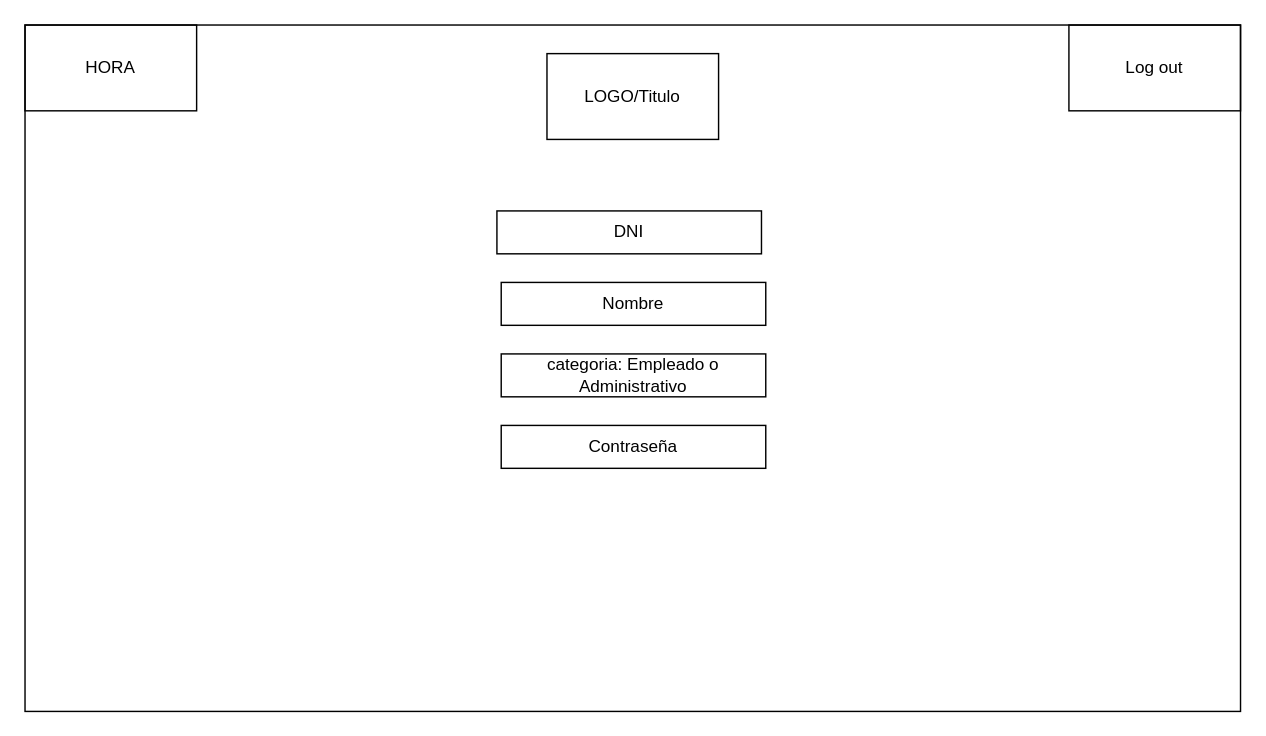
Earlier version of the draw.io diagram page "AddPersonal" (5 of 5) of docs/UI_UX.drawio (Universidad-Europea/PharmSquare). Source tidied: cells renumbered, new cells numbered last; positions are measured from the earlier drawing's top-left corner, leaving out a move shared by most shapes. Both pictures are drawn from the tidied source at 143%, with x=0, y=0 at pixel (24, 24).
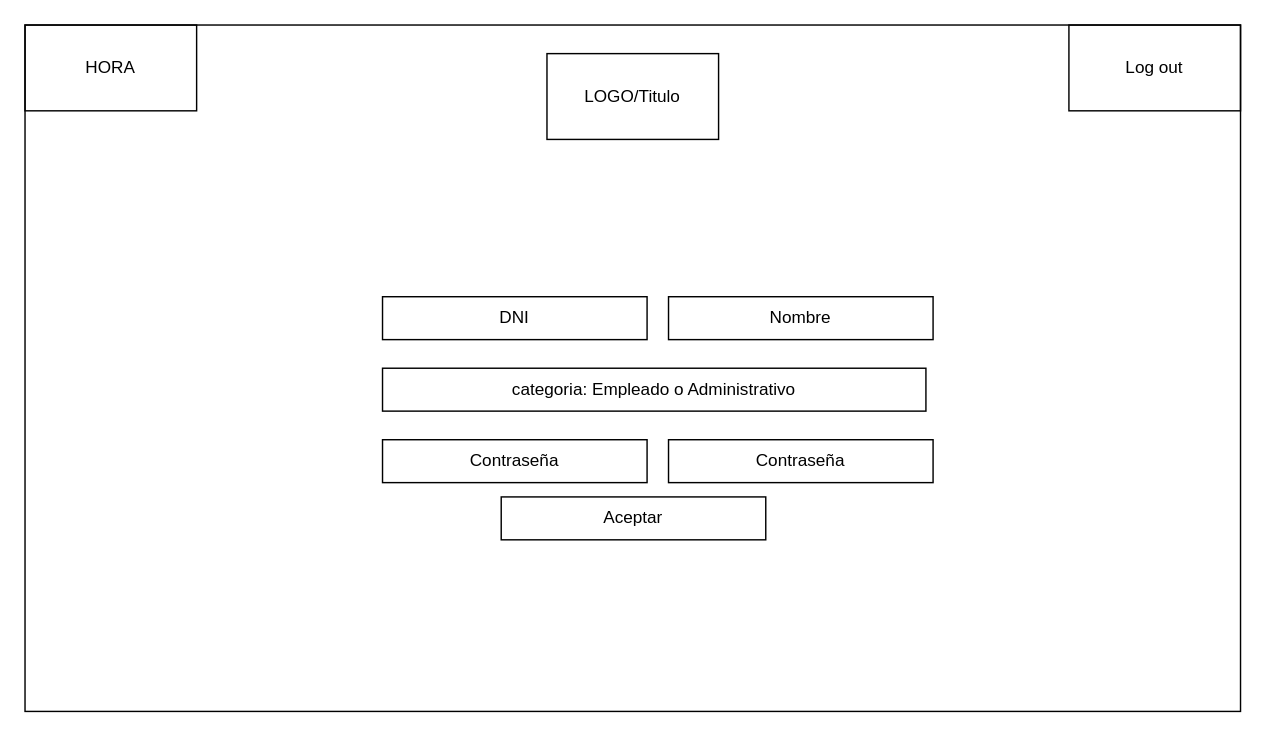
Above is the later version.

Commit message (it also covers changes not shown here):
logo nice

The edit, as a diff of the source:
```diff
@@
 <mxGraphModel>
   <root>
     <mxCell id="0" />
     <mxCell id="1" parent="0" />
     <mxCell id="2" style="rounded=0;whiteSpace=wrap;html=1;fillColor=none;" parent="1" vertex="1">
       <mxGeometry width="850" height="480" as="geometry" />
     </mxCell>
     <mxCell id="3" value="Log out" style="rounded=0;whiteSpace=wrap;html=1;fillColor=none;" parent="1" vertex="1">
       <mxGeometry x="730" width="120" height="60" as="geometry" />
     </mxCell>
     <mxCell id="4" value="LOGO/Titulo" style="rounded=0;whiteSpace=wrap;html=1;fillColor=none;" parent="1" vertex="1">
       <mxGeometry x="365" y="20" width="120" height="60" as="geometry" />
     </mxCell>
     <mxCell id="5" value="HORA" style="rounded=0;whiteSpace=wrap;html=1;fillColor=none;" parent="1" vertex="1">
       <mxGeometry width="120" height="60" as="geometry" />
     </mxCell>
     <mxCell id="6" value="DNI" style="rounded=0;whiteSpace=wrap;html=1;fillColor=none;" parent="1" vertex="1">
-      <mxGeometry x="330" y="130" width="185" height="30" as="geometry" />
+      <mxGeometry x="250" y="190" width="185" height="30" as="geometry" />
     </mxCell>
     <mxCell id="7" value="Nombre" style="rounded=0;whiteSpace=wrap;html=1;fillColor=none;" parent="1" vertex="1">
-      <mxGeometry x="333" y="180" width="185" height="30" as="geometry" />
+      <mxGeometry x="450" y="190" width="185" height="30" as="geometry" />
     </mxCell>
     <mxCell id="8" value="categoria: Empleado o Administrativo" style="rounded=0;whiteSpace=wrap;html=1;fillColor=none;" parent="1" vertex="1">
-      <mxGeometry x="333" y="230" width="185" height="30" as="geometry" />
+      <mxGeometry x="250" y="240" width="380" height="30" as="geometry" />
     </mxCell>
     <mxCell id="9" value="Contraseña" style="rounded=0;whiteSpace=wrap;html=1;fillColor=none;" parent="1" vertex="1">
-      <mxGeometry x="333" y="280" width="185" height="30" as="geometry" />
+      <mxGeometry x="250" y="290" width="185" height="30" as="geometry" />
     </mxCell>
+    <mxCell id="10" value="Aceptar" style="rounded=0;whiteSpace=wrap;html=1;fillColor=none;" parent="1" vertex="1">
+      <mxGeometry x="333" y="330" width="185" height="30" as="geometry" />
+    </mxCell>
+    <mxCell id="11" value="Contraseña" style="rounded=0;whiteSpace=wrap;html=1;fillColor=none;" parent="1" vertex="1">
+      <mxGeometry x="450" y="290" width="185" height="30" as="geometry" />
+    </mxCell>
   </root>
 </mxGraphModel>
```
